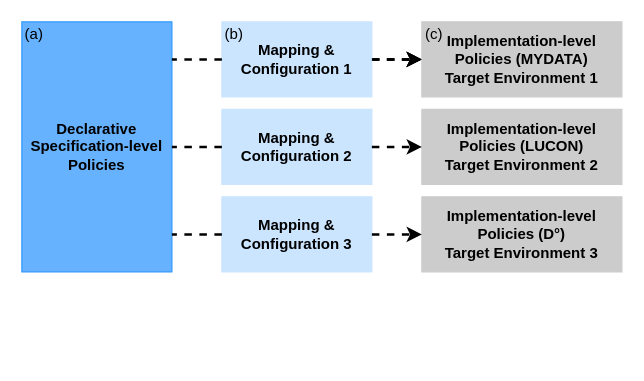
International-Data-Spaces-Association/IDS-RAM_4_0 keeps this draw.io diagram as documentation/4_Perspectives_of_the_Reference_Architecture_Model/4_1_Security_Perspective/media/mapping-of-policy-languages.drawio. Above is the earlier version. Source tidied: cells renumbered, new cells numbered last; positions are measured from the earlier drawing's top-left corner, leaving out a move shared by most shapes. Both pictures are drawn from the tidied source at 125%, with x=0, y=0 at pixel (21, 21).
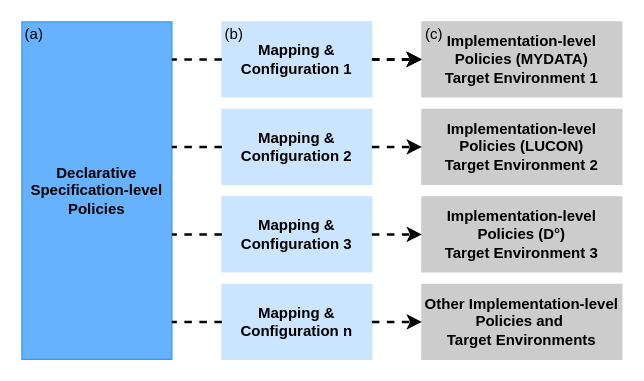
After the change.

Unchanged cells that the change refers to:
```xml
<mxCell id="4" value="&lt;b&gt;Mapping &amp;amp; Configuration 1&lt;/b&gt;" style="rounded=0;whiteSpace=wrap;html=1;fillColor=#CCE5FF;strokeColor=#CCE5FF;" parent="1" vertex="1">
  <mxGeometry x="160" width="120" height="60" as="geometry" />
</mxCell>
<mxCell id="6" value="&lt;b&gt;Mapping &amp;amp; Configuration 2&lt;/b&gt;" style="rounded=0;whiteSpace=wrap;html=1;fillColor=#CCE5FF;strokeColor=#CCE5FF;" parent="1" vertex="1">
  <mxGeometry x="160" y="70" width="120" height="60" as="geometry" />
</mxCell>
```

What changed in the source:
```diff
@@
     <mxCell id="10" value="&lt;font style=&quot;font-size: 12px&quot;&gt;&lt;b&gt;Declarative Specification-level Policies&lt;/b&gt;&lt;/font&gt;" style="rounded=0;whiteSpace=wrap;html=1;fillColor=#66B2FF;strokeColor=#3399FF;" parent="1" vertex="1">
-      <mxGeometry width="120" height="200" as="geometry" />
+      <mxGeometry width="120" height="270" as="geometry" />
     </mxCell>
@@
-    <mxCell id="12" style="endArrow=none;dashed=1;html=1;rounded=0;fontSize=12;strokeColor=default;exitX=0;exitY=0.5;exitDx=0;exitDy=0;entryX=1;entryY=0.15;entryDx=0;entryDy=0;entryPerimeter=0;strokeWidth=2;" parent="1" edge="1" source="4" target="10">
-      <mxGeometry relative="1" as="geometry" />
+    <mxCell id="12" style="endArrow=none;dashed=1;html=1;rounded=0;fontSize=12;strokeColor=default;exitX=0;exitY=0.5;exitDx=0;exitDy=0;strokeWidth=2;" parent="1" edge="1" source="4">
+      <mxGeometry relative="1" as="geometry">
+        <mxPoint x="120" y="30" as="targetPoint" />
+      </mxGeometry>
     </mxCell>
@@
-    <mxCell id="15" style="endArrow=none;dashed=1;html=1;rounded=0;fontSize=12;strokeColor=default;exitX=0;exitY=0.5;exitDx=0;exitDy=0;entryX=1;entryY=0.5;entryDx=0;entryDy=0;strokeWidth=2;" parent="1" edge="1" source="6" target="10">
-      <mxGeometry relative="1" as="geometry" />
+    <mxCell id="15" style="endArrow=none;dashed=1;html=1;rounded=0;fontSize=12;strokeColor=default;exitX=0;exitY=0.5;exitDx=0;exitDy=0;strokeWidth=2;" parent="1" edge="1" source="6">
+      <mxGeometry relative="1" as="geometry">
+        <mxPoint x="120" y="100" as="targetPoint" />
+      </mxGeometry>
     </mxCell>
@@
+    <mxCell id="20" value="&lt;b&gt;Mapping &amp;amp; Configuration n&lt;/b&gt;" style="rounded=0;whiteSpace=wrap;html=1;fillColor=#CCE5FF;strokeColor=#CCE5FF;" parent="1" vertex="1">
+      <mxGeometry x="160" y="210" width="120" height="60" as="geometry" />
+    </mxCell>
+    <mxCell id="21" value="&lt;b&gt;Other Implementation-level Policies and&amp;nbsp;&lt;br&gt;Target Environments&lt;/b&gt;" style="rounded=0;whiteSpace=wrap;html=1;strokeColor=#CCCCCC;fillColor=#CCCCCC;" parent="1" vertex="1">
+      <mxGeometry x="320" y="210" width="160" height="60" as="geometry" />
+    </mxCell>
+    <mxCell id="22" style="endArrow=classic;html=1;rounded=0;fontSize=12;entryX=0;entryY=0.5;entryDx=0;entryDy=0;strokeColor=default;dashed=1;strokeWidth=2;exitX=1;exitY=0.5;exitDx=0;exitDy=0;" parent="1" edge="1" source="20" target="21">
+      <mxGeometry relative="1" as="geometry" />
+    </mxCell>
+    <mxCell id="23" style="endArrow=none;dashed=1;html=1;rounded=0;fontSize=12;strokeColor=default;exitX=0;exitY=0.5;exitDx=0;exitDy=0;strokeWidth=2;" parent="1" edge="1" source="20">
+      <mxGeometry relative="1" as="geometry">
+        <mxPoint x="120" y="240" as="targetPoint" />
+      </mxGeometry>
+    </mxCell>
```
